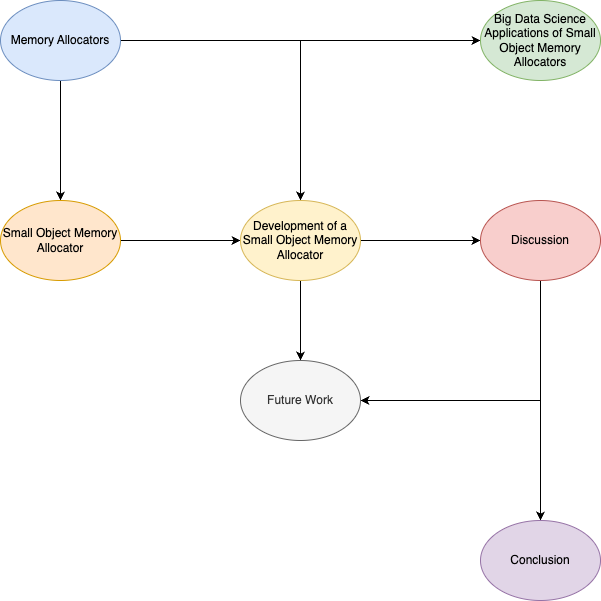
Before: dissertation/images/chapters.drawio.png, a diagram exported from draw.io (MichaelDuPlessis/dmalloc). Source tidied: cells renumbered, new cells last; positions are measured from the earlier drawing's top-left corner, leaving out a move shared by most shapes. The source it was exported from:
```xml
<mxGraphModel>
  <root>
    <mxCell id="0" />
    <mxCell id="1" parent="0" />
    <mxCell id="2" style="edgeStyle=orthogonalEdgeStyle;rounded=0;jettySize=auto;html=1;entryX=0.5;entryY=0;entryDx=0;entryDy=0;" parent="1" edge="1" source="5" target="8">
      <mxGeometry relative="1" as="geometry" />
    </mxCell>
    <mxCell id="3" style="edgeStyle=orthogonalEdgeStyle;rounded=0;jettySize=auto;html=1;entryX=0;entryY=0.5;entryDx=0;entryDy=0;" parent="1" edge="1" source="5" target="6">
      <mxGeometry relative="1" as="geometry" />
    </mxCell>
    <mxCell id="4" style="edgeStyle=orthogonalEdgeStyle;rounded=0;jettySize=auto;html=1;entryX=0.5;entryY=0;entryDx=0;entryDy=0;" parent="1" edge="1" source="5" target="11">
      <mxGeometry relative="1" as="geometry" />
    </mxCell>
    <mxCell id="5" value="Memory Allocators" style="ellipse;whiteSpace=wrap;html=1;fillColor=#dae8fc;strokeColor=#6c8ebf;" parent="1" vertex="1">
      <mxGeometry width="120" height="80" as="geometry" />
    </mxCell>
    <mxCell id="6" value="Big Data Science Applications of Small Object Memory Allocators" style="ellipse;whiteSpace=wrap;html=1;fillColor=#d5e8d4;strokeColor=#82b366;" parent="1" vertex="1">
      <mxGeometry x="480" width="120" height="80" as="geometry" />
    </mxCell>
    <mxCell id="7" style="edgeStyle=orthogonalEdgeStyle;rounded=0;jettySize=auto;html=1;entryX=0;entryY=0.5;entryDx=0;entryDy=0;" parent="1" edge="1" source="8" target="11">
      <mxGeometry relative="1" as="geometry" />
    </mxCell>
    <mxCell id="8" value="Small Object Memory Allocator" style="ellipse;whiteSpace=wrap;html=1;fillColor=#ffe6cc;strokeColor=#d79b00;" parent="1" vertex="1">
      <mxGeometry y="200" width="120" height="80" as="geometry" />
    </mxCell>
    <mxCell id="9" style="edgeStyle=orthogonalEdgeStyle;rounded=0;jettySize=auto;html=1;entryX=0;entryY=0.5;entryDx=0;entryDy=0;" parent="1" edge="1" source="11" target="14">
      <mxGeometry relative="1" as="geometry" />
    </mxCell>
    <mxCell id="10" style="edgeStyle=orthogonalEdgeStyle;rounded=0;jettySize=auto;html=1;entryX=0.5;entryY=0;entryDx=0;entryDy=0;" parent="1" edge="1" source="11" target="16">
      <mxGeometry relative="1" as="geometry" />
    </mxCell>
    <mxCell id="11" value="Development of a Small Object Memory Allocator" style="ellipse;whiteSpace=wrap;html=1;fillColor=#fff2cc;strokeColor=#d6b656;" parent="1" vertex="1">
      <mxGeometry x="240" y="200" width="120" height="80" as="geometry" />
    </mxCell>
    <mxCell id="12" style="edgeStyle=orthogonalEdgeStyle;rounded=0;jettySize=auto;html=1;entryX=1;entryY=0.5;entryDx=0;entryDy=0;" parent="1" edge="1" source="14" target="16">
      <mxGeometry relative="1" as="geometry">
        <Array as="points">
          <mxPoint x="540" y="400" />
        </Array>
      </mxGeometry>
    </mxCell>
    <mxCell id="13" style="edgeStyle=orthogonalEdgeStyle;rounded=0;jettySize=auto;html=1;entryX=0.5;entryY=0;entryDx=0;entryDy=0;" parent="1" edge="1" source="14" target="15">
      <mxGeometry relative="1" as="geometry" />
    </mxCell>
    <mxCell id="14" value="Discussion" style="ellipse;whiteSpace=wrap;html=1;fillColor=#f8cecc;strokeColor=#b85450;" parent="1" vertex="1">
      <mxGeometry x="480" y="200" width="120" height="80" as="geometry" />
    </mxCell>
    <mxCell id="15" value="Conclusion" style="ellipse;whiteSpace=wrap;html=1;fillColor=#e1d5e7;strokeColor=#9673a6;" parent="1" vertex="1">
      <mxGeometry x="480" y="520" width="120" height="80" as="geometry" />
    </mxCell>
    <mxCell id="16" value="Future Work" style="ellipse;whiteSpace=wrap;html=1;fillColor=#f5f5f5;fontColor=#333333;strokeColor=#666666;" parent="1" vertex="1">
      <mxGeometry x="240" y="360" width="120" height="80" as="geometry" />
    </mxCell>
  </root>
</mxGraphModel>
```
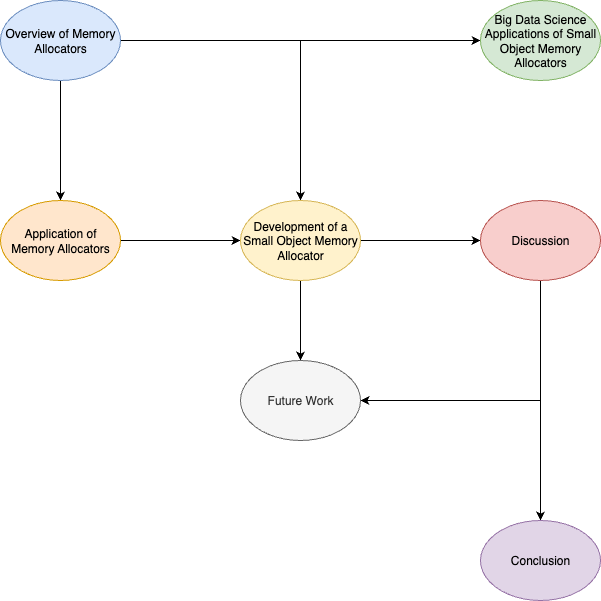
The same diagram one commit later.

Commit message:
Fixed overview of chapters section

The edit, as a diff of the source:
```diff
@@ -11,7 +11,7 @@
     <mxCell id="4" style="edgeStyle=orthogonalEdgeStyle;rounded=0;jettySize=auto;html=1;entryX=0.5;entryY=0;entryDx=0;entryDy=0;" parent="1" edge="1" source="5" target="11">
       <mxGeometry relative="1" as="geometry" />
     </mxCell>
-    <mxCell id="5" value="Memory Allocators" style="ellipse;whiteSpace=wrap;html=1;fillColor=#dae8fc;strokeColor=#6c8ebf;" parent="1" vertex="1">
+    <mxCell id="5" value="Overview of Memory Allocators" style="ellipse;whiteSpace=wrap;html=1;fillColor=#dae8fc;strokeColor=#6c8ebf;" parent="1" vertex="1">
       <mxGeometry width="120" height="80" as="geometry" />
     </mxCell>
     <mxCell id="6" value="Big Data Science Applications of Small Object Memory Allocators" style="ellipse;whiteSpace=wrap;html=1;fillColor=#d5e8d4;strokeColor=#82b366;" parent="1" vertex="1">
@@ -20,7 +20,7 @@
     <mxCell id="7" style="edgeStyle=orthogonalEdgeStyle;rounded=0;jettySize=auto;html=1;entryX=0;entryY=0.5;entryDx=0;entryDy=0;" parent="1" edge="1" source="8" target="11">
       <mxGeometry relative="1" as="geometry" />
     </mxCell>
-    <mxCell id="8" value="Small Object Memory Allocator" style="ellipse;whiteSpace=wrap;html=1;fillColor=#ffe6cc;strokeColor=#d79b00;" parent="1" vertex="1">
+    <mxCell id="8" value="Application of Memory Allocators" style="ellipse;whiteSpace=wrap;html=1;fillColor=#ffe6cc;strokeColor=#d79b00;" parent="1" vertex="1">
       <mxGeometry y="200" width="120" height="80" as="geometry" />
     </mxCell>
     <mxCell id="9" style="edgeStyle=orthogonalEdgeStyle;rounded=0;jettySize=auto;html=1;entryX=0;entryY=0.5;entryDx=0;entryDy=0;" parent="1" edge="1" source="11" target="14">
```
